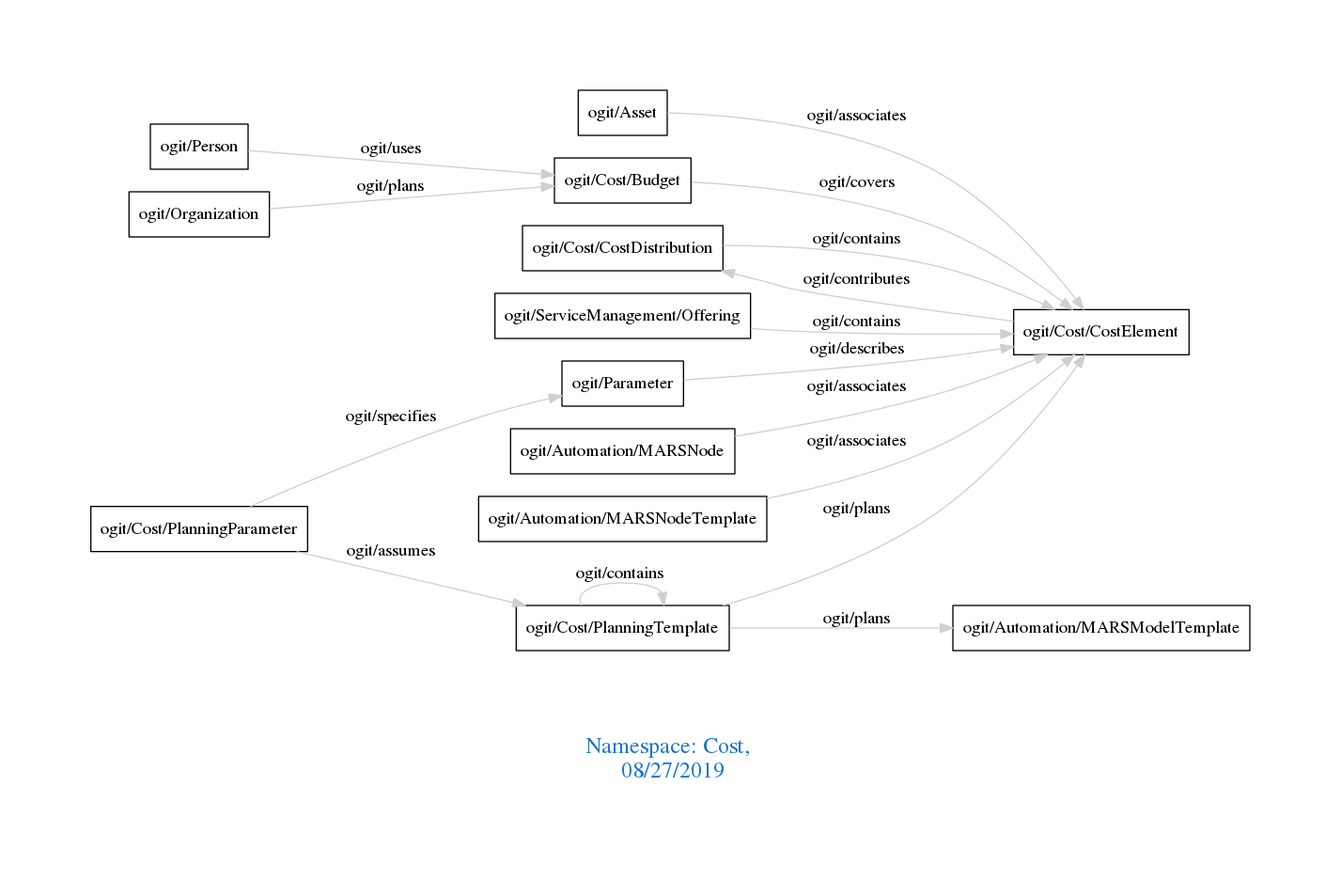
This is downloads/Cost.png from arago/OGIT, a Graphviz export, as it was before one commit. Its source is kept beside it as downloads/Cost.dot.
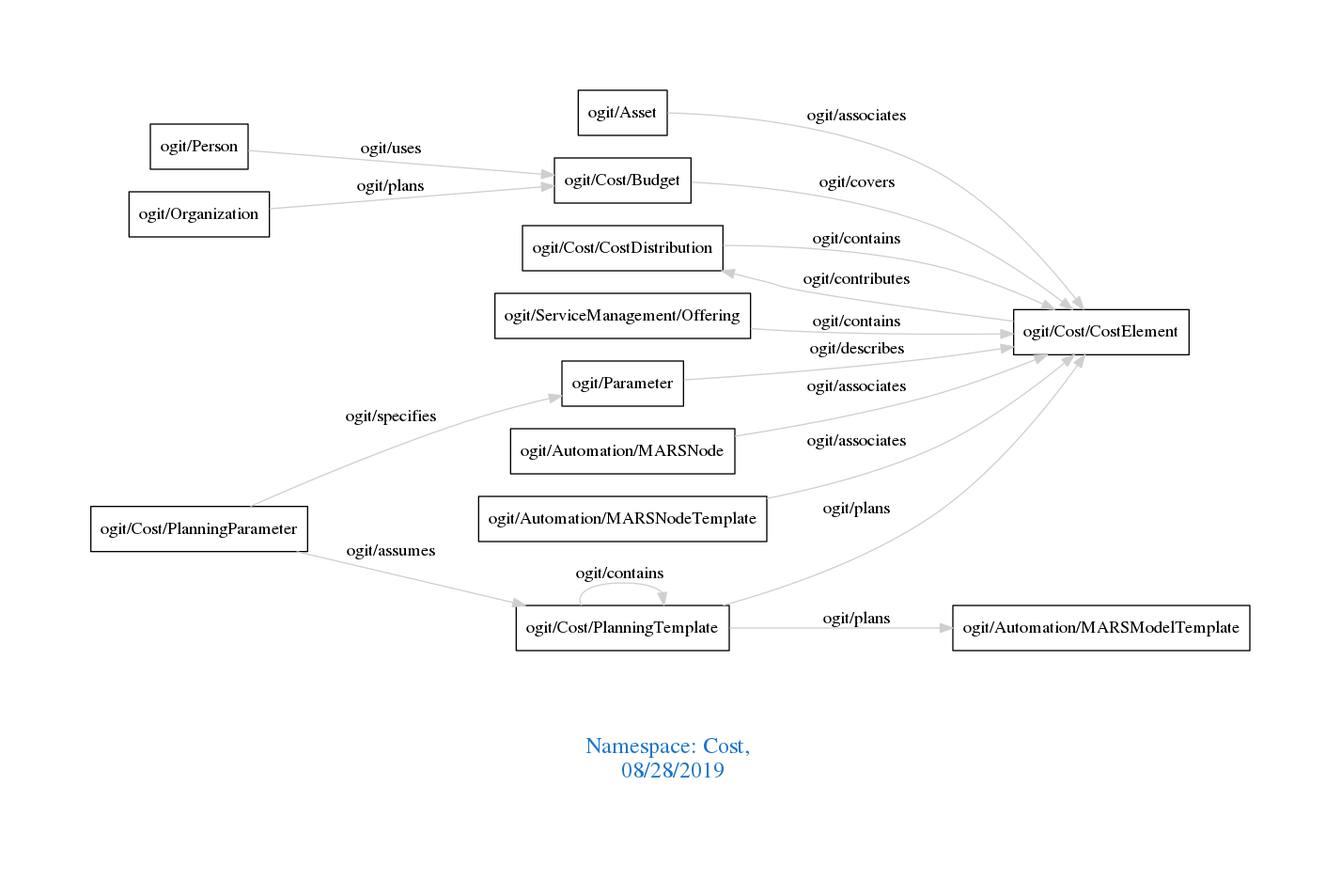
Above is the later version.

The edit, as a diff of the source:
```diff
@@ -1,7 +1,7 @@
 digraph OGIT_ontology {
  graph [ rankdir= LR,pad=1
 fontsize = 18,
-fontcolor= dodgerblue3,label = "\n\n\nNamespace: Cost, \n 08/27/2019"];
+fontcolor= dodgerblue3,label = "\n\n\nNamespace: Cost, \n 08/28/2019"];
 node[shape=polygon];
 edge [  color="gray81"];
 
```
